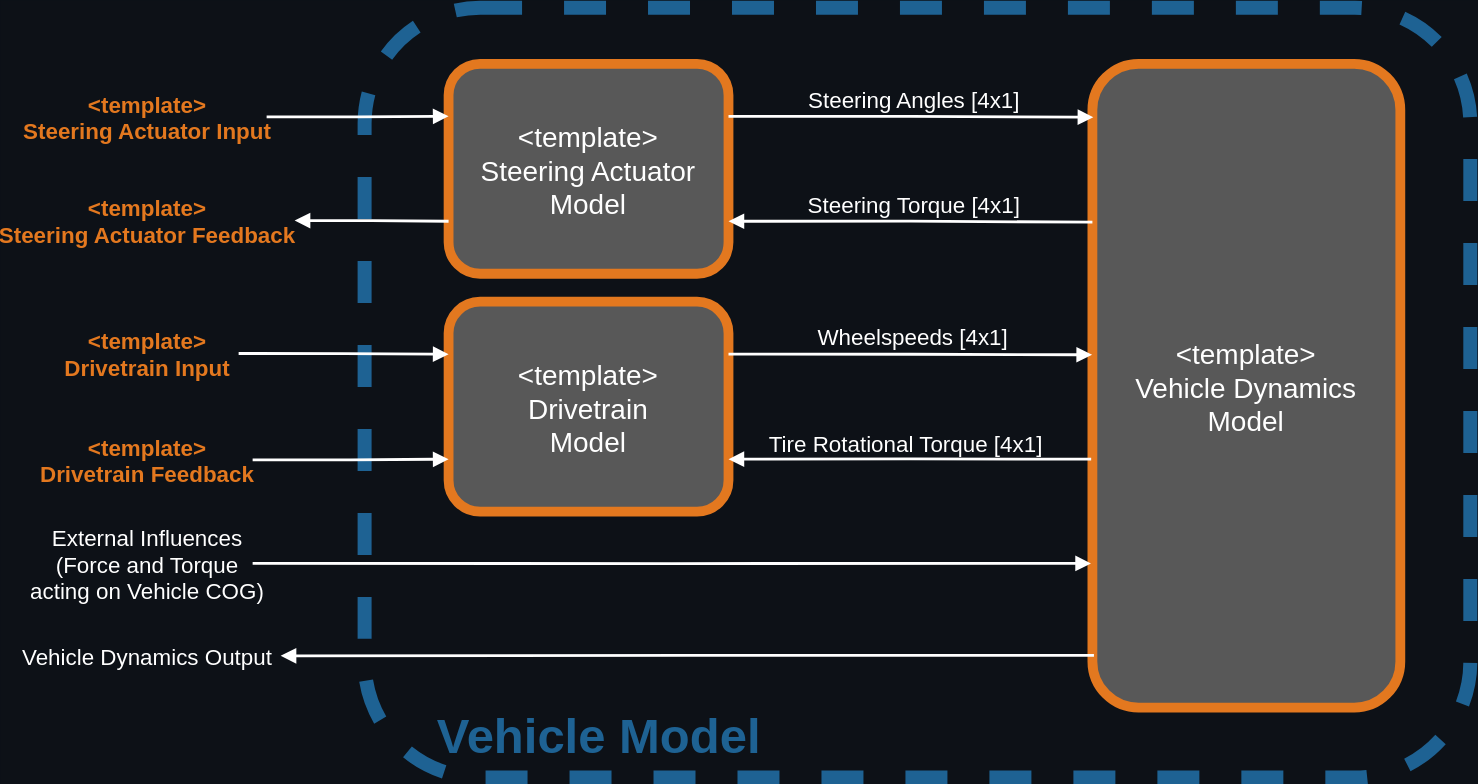
This is doc/Model_Composition.drawio.svg from simonsag96/ocd-internal-develop, a draw.io export, as it was before one commit. Source tidied: cells renumbered, new cells last; positions are measured from the earlier drawing's top-left corner, leaving out a move shared by most shapes.
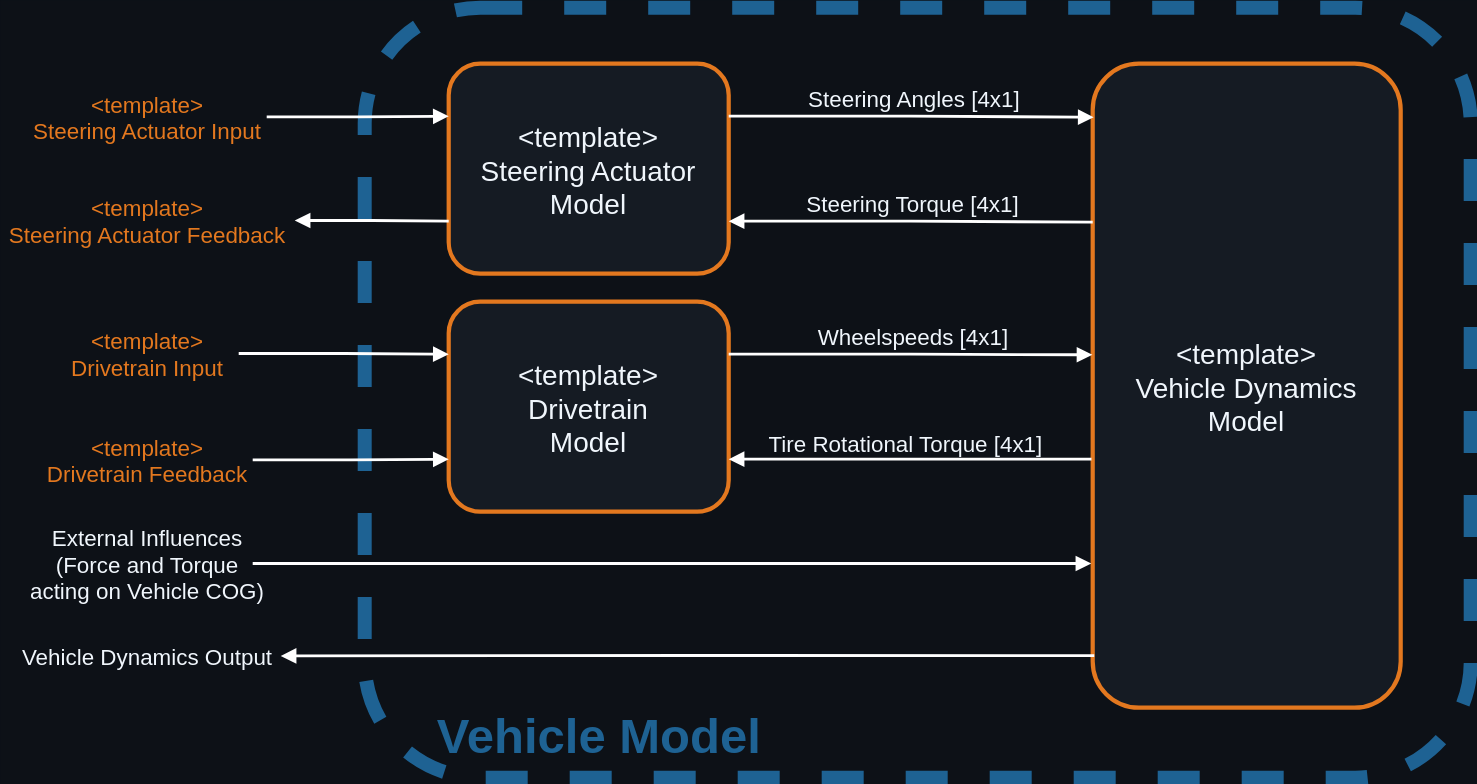
After the change.

Diff of the diagram source:
```diff
@@ -5,83 +5,83 @@
     <mxCell id="2" value="Vehicle Model" style="rounded=1;fontSize=35;fillColor=none;fontColor=#1E6293;verticalAlign=bottom;strokeColor=#1E6293;dashed=1;strokeWidth=10;fontStyle=1;spacingBottom=12;spacingRight=0;align=left;spacingLeft=50;" parent="1" vertex="1">
       <mxGeometry x="260" width="790" height="550" as="geometry" />
     </mxCell>
-    <mxCell id="3" value="&lt;template&gt;&#10;Steering Actuator&#10;Model" style="rounded=1;fontSize=20;fillColor=#585858;fontColor=#FFFFFF;strokeColor=#E3781F;strokeWidth=7;align=center;verticalAlign=middle;fontFamily=Helvetica;fontStyle=0;" parent="1" vertex="1">
+    <mxCell id="3" value="&lt;template&gt;&#10;Steering Actuator&#10;Model" style="rounded=1;fontSize=20;fillColor=#151B23;fontColor=#F0F6FC;strokeColor=#E3781F;strokeWidth=3;align=center;verticalAlign=middle;fontFamily=Helvetica;fontStyle=0;" parent="1" vertex="1">
       <mxGeometry x="320" y="40" width="200" height="150" as="geometry" />
     </mxCell>
-    <mxCell id="4" value="&lt;template&gt;&#10;Drivetrain&#10;Model" style="rounded=1;fontSize=20;fillColor=#585858;fontColor=#FFFFFF;strokeColor=#E3781F;strokeWidth=7;align=center;verticalAlign=middle;fontFamily=Helvetica;fontStyle=0;" parent="1" vertex="1">
+    <mxCell id="4" value="&lt;template&gt;&#10;Drivetrain&#10;Model" style="rounded=1;fontSize=20;fillColor=#151B23;fontColor=#F0F6FC;strokeColor=#E3781F;strokeWidth=3;align=center;verticalAlign=middle;fontFamily=Helvetica;fontStyle=0;" parent="1" vertex="1">
       <mxGeometry x="320" y="210" width="200" height="150" as="geometry" />
     </mxCell>
-    <mxCell id="5" value="&lt;template&gt;&#10;Vehicle Dynamics&#10;Model" style="rounded=1;fontSize=20;fillColor=#585858;fontColor=#FFFFFF;strokeColor=#E3781F;strokeWidth=7;fontStyle=0;" parent="1" vertex="1">
+    <mxCell id="5" value="&lt;template&gt;&#10;Vehicle Dynamics&#10;Model" style="rounded=1;fontSize=20;fillColor=#151B23;fontColor=#F0F6FC;strokeColor=#E3781F;strokeWidth=3;fontStyle=0;" parent="1" vertex="1">
       <mxGeometry x="780" y="40" width="220" height="460" as="geometry" />
     </mxCell>
-    <mxCell id="6" style="edgeStyle=orthogonalEdgeStyle;rounded=0;jettySize=auto;exitX=1;exitY=0.25;exitDx=0;exitDy=0;entryX=0.003;entryY=0.083;entryDx=0;entryDy=0;entryPerimeter=0;strokeWidth=2;endArrow=block;endFill=1;strokeColor=#FFFFFF;" parent="1" edge="1" source="3" target="5">
+    <mxCell id="6" style="edgeStyle=orthogonalEdgeStyle;rounded=0;jettySize=auto;exitX=1;exitY=0.25;exitDx=0;exitDy=0;entryX=0.003;entryY=0.083;entryDx=0;entryDy=0;entryPerimeter=0;strokeWidth=2;endArrow=block;endFill=1;strokeColor=#FFFFFF;fontColor=#F0F6FC;" parent="1" edge="1" source="3" target="5">
       <mxGeometry relative="1" as="geometry" />
     </mxCell>
-    <mxCell id="7" value="Steering Angles [4x1] " style="edgeLabel;align=center;verticalAlign=middle;fontSize=16;labelBackgroundColor=none;fontColor=#FFFFFF;" parent="6" vertex="1">
+    <mxCell id="7" value="Steering Angles [4x1] " style="edgeLabel;align=center;verticalAlign=middle;fontSize=16;labelBackgroundColor=none;fontColor=#F0F6FC;" parent="6" vertex="1">
       <mxGeometry x="0.22" y="2" relative="1" as="geometry">
         <mxPoint x="-27" y="-12" as="offset" />
       </mxGeometry>
     </mxCell>
-    <mxCell id="8" style="edgeStyle=orthogonalEdgeStyle;rounded=0;jettySize=auto;exitX=1;exitY=0.25;exitDx=0;exitDy=0;strokeWidth=2;endArrow=block;endFill=1;entryX=-0.001;entryY=0.452;entryDx=0;entryDy=0;entryPerimeter=0;strokeColor=#FFFFFF;" parent="1" edge="1" source="4" target="5">
+    <mxCell id="8" style="edgeStyle=orthogonalEdgeStyle;rounded=0;jettySize=auto;exitX=1;exitY=0.25;exitDx=0;exitDy=0;strokeWidth=2;endArrow=block;endFill=1;entryX=-0.001;entryY=0.452;entryDx=0;entryDy=0;entryPerimeter=0;strokeColor=#FFFFFF;fontColor=#F0F6FC;" parent="1" edge="1" source="4" target="5">
       <mxGeometry relative="1" as="geometry" />
     </mxCell>
-    <mxCell id="9" value="Wheelspeeds [4x1]" style="edgeLabel;align=center;verticalAlign=middle;fontSize=16;labelBackgroundColor=none;fontColor=#FFFFFF;" parent="8" vertex="1">
+    <mxCell id="9" value="Wheelspeeds [4x1]" style="edgeLabel;align=center;verticalAlign=middle;fontSize=16;labelBackgroundColor=none;fontColor=#F0F6FC;" parent="8" vertex="1">
       <mxGeometry x="0.22" y="2" relative="1" as="geometry">
         <mxPoint x="-27" y="-12" as="offset" />
       </mxGeometry>
     </mxCell>
-    <mxCell id="10" style="edgeStyle=orthogonalEdgeStyle;rounded=0;jettySize=auto;exitX=-0.004;exitY=0.614;exitDx=0;exitDy=0;entryX=1;entryY=0.75;entryDx=0;entryDy=0;strokeWidth=2;endArrow=block;endFill=1;exitPerimeter=0;strokeColor=#FFFFFF;" parent="1" edge="1" source="5" target="4">
+    <mxCell id="10" style="edgeStyle=orthogonalEdgeStyle;rounded=0;jettySize=auto;exitX=-0.004;exitY=0.614;exitDx=0;exitDy=0;entryX=1;entryY=0.75;entryDx=0;entryDy=0;strokeWidth=2;endArrow=block;endFill=1;exitPerimeter=0;strokeColor=#FFFFFF;fontColor=#F0F6FC;" parent="1" edge="1" source="5" target="4">
       <mxGeometry relative="1" as="geometry" />
     </mxCell>
-    <mxCell id="11" value="Tire Rotational Torque [4x1]" style="edgeLabel;align=center;verticalAlign=middle;fontSize=16;labelBackgroundColor=none;fontColor=#FFFFFF;" parent="10" vertex="1">
+    <mxCell id="11" value="Tire Rotational Torque [4x1]" style="edgeLabel;align=center;verticalAlign=middle;fontSize=16;labelBackgroundColor=none;fontColor=#F0F6FC;" parent="10" vertex="1">
       <mxGeometry x="0.22" y="2" relative="1" as="geometry">
         <mxPoint x="26" y="-14" as="offset" />
       </mxGeometry>
     </mxCell>
-    <mxCell id="12" style="edgeStyle=orthogonalEdgeStyle;rounded=0;jettySize=auto;strokeWidth=2;endArrow=block;endFill=1;exitX=1;exitY=0.5;exitDx=0;exitDy=0;strokeColor=#FFFFFF;" parent="1" edge="1" source="23">
+    <mxCell id="12" style="edgeStyle=orthogonalEdgeStyle;rounded=0;jettySize=auto;strokeWidth=2;endArrow=block;endFill=1;exitX=1;exitY=0.5;exitDx=0;exitDy=0;strokeColor=#FFFFFF;fontColor=#F0F6FC;" parent="1" edge="1" source="23">
       <mxGeometry relative="1" as="geometry">
         <mxPoint x="779" y="397" as="targetPoint" />
       </mxGeometry>
     </mxCell>
-    <mxCell id="13" style="edgeStyle=orthogonalEdgeStyle;rounded=0;jettySize=auto;entryX=0;entryY=0.25;entryDx=0;entryDy=0;strokeWidth=2;endArrow=block;endFill=1;spacing=5;exitX=1;exitY=0.5;exitDx=0;exitDy=0;strokeColor=#FFFFFF;" parent="1" edge="1" source="17" target="3">
+    <mxCell id="13" style="edgeStyle=orthogonalEdgeStyle;rounded=0;jettySize=auto;entryX=0;entryY=0.25;entryDx=0;entryDy=0;strokeWidth=2;endArrow=block;endFill=1;spacing=5;exitX=1;exitY=0.5;exitDx=0;exitDy=0;strokeColor=#FFFFFF;fontColor=#F0F6FC;" parent="1" edge="1" source="17" target="3">
       <mxGeometry relative="1" as="geometry" />
     </mxCell>
-    <mxCell id="14" style="edgeStyle=orthogonalEdgeStyle;rounded=0;jettySize=auto;exitX=1;exitY=0.75;exitDx=0;exitDy=0;entryX=0;entryY=0.246;entryDx=0;entryDy=0;strokeWidth=2;endArrow=none;endFill=0;startArrow=block;startFill=1;entryPerimeter=0;strokeColor=#FFFFFF;" parent="1" edge="1" source="3" target="5">
+    <mxCell id="14" style="edgeStyle=orthogonalEdgeStyle;rounded=0;jettySize=auto;exitX=1;exitY=0.75;exitDx=0;exitDy=0;entryX=0;entryY=0.246;entryDx=0;entryDy=0;strokeWidth=2;endArrow=none;endFill=0;startArrow=block;startFill=1;entryPerimeter=0;strokeColor=#FFFFFF;fontColor=#F0F6FC;" parent="1" edge="1" source="3" target="5">
       <mxGeometry relative="1" as="geometry" />
     </mxCell>
-    <mxCell id="15" value="Steering Torque [4x1] " style="edgeLabel;align=center;verticalAlign=middle;fontSize=16;labelBackgroundColor=none;fontColor=#FFFFFF;" parent="14" vertex="1">
+    <mxCell id="15" value="Steering Torque [4x1] " style="edgeLabel;align=center;verticalAlign=middle;fontSize=16;labelBackgroundColor=none;fontColor=#F0F6FC;" parent="14" vertex="1">
       <mxGeometry x="0.22" y="2" relative="1" as="geometry">
         <mxPoint x="-27" y="-12" as="offset" />
       </mxGeometry>
     </mxCell>
-    <mxCell id="16" style="edgeStyle=orthogonalEdgeStyle;rounded=0;jettySize=auto;entryX=0;entryY=0.75;entryDx=0;entryDy=0;strokeWidth=2;endArrow=none;endFill=0;spacing=5;exitX=1;exitY=0.5;exitDx=0;exitDy=0;startArrow=block;startFill=1;strokeColor=#FFFFFF;" parent="1" edge="1" source="18" target="3">
+    <mxCell id="16" style="edgeStyle=orthogonalEdgeStyle;rounded=0;jettySize=auto;entryX=0;entryY=0.75;entryDx=0;entryDy=0;strokeWidth=2;endArrow=none;endFill=0;spacing=5;exitX=1;exitY=0.5;exitDx=0;exitDy=0;startArrow=block;startFill=1;strokeColor=#FFFFFF;fontColor=#F0F6FC;" parent="1" edge="1" source="18" target="3">
       <mxGeometry relative="1" as="geometry" />
     </mxCell>
-    <mxCell id="17" value="&lt;template&gt;&#10;Steering Actuator Input" style="text;align=center;verticalAlign=middle;rounded=0;fontSize=16;fillColor=none;labelBackgroundColor=none;fontColor=light-dark(#E3781F,#FFFFFF);fontStyle=1;" parent="1" vertex="1">
+    <mxCell id="17" value="&lt;template&gt;&#10;Steering Actuator Input" style="text;align=center;verticalAlign=middle;rounded=0;fontSize=16;fillColor=none;labelBackgroundColor=none;fontColor=#E3781F;fontStyle=0;" parent="1" vertex="1">
       <mxGeometry x="20" y="58" width="170" height="40" as="geometry" />
     </mxCell>
-    <mxCell id="18" value="&lt;template&gt;&#10;Steering Actuator Feedback" style="text;align=center;verticalAlign=middle;rounded=0;fontSize=16;fillColor=none;labelBackgroundColor=none;fontColor=light-dark(#E3781F,#FFFFFF);fontStyle=1;" parent="1" vertex="1">
+    <mxCell id="18" value="&lt;template&gt;&#10;Steering Actuator Feedback" style="text;align=center;verticalAlign=middle;rounded=0;fontSize=16;fillColor=none;labelBackgroundColor=none;fontColor=#E3781F;fontStyle=0;" parent="1" vertex="1">
       <mxGeometry y="132" width="210" height="40" as="geometry" />
     </mxCell>
-    <mxCell id="19" style="edgeStyle=orthogonalEdgeStyle;rounded=0;jettySize=auto;entryX=0;entryY=0.25;entryDx=0;entryDy=0;strokeWidth=2;endArrow=block;endFill=1;spacing=5;exitX=1;exitY=0.5;exitDx=0;exitDy=0;strokeColor=#FFFFFF;" parent="1" edge="1" source="20" target="4">
+    <mxCell id="19" style="edgeStyle=orthogonalEdgeStyle;rounded=0;jettySize=auto;entryX=0;entryY=0.25;entryDx=0;entryDy=0;strokeWidth=2;endArrow=block;endFill=1;spacing=5;exitX=1;exitY=0.5;exitDx=0;exitDy=0;strokeColor=#FFFFFF;fontColor=#F0F6FC;" parent="1" edge="1" source="20" target="4">
       <mxGeometry relative="1" as="geometry" />
     </mxCell>
-    <mxCell id="20" value="&lt;template&gt;&#10;Drivetrain Input" style="text;align=center;verticalAlign=middle;rounded=0;fontSize=16;fillColor=none;labelBackgroundColor=none;fontColor=light-dark(#E3781F,#FFFFFF);fontStyle=1;" parent="1" vertex="1">
+    <mxCell id="20" value="&lt;template&gt;&#10;Drivetrain Input" style="text;align=center;verticalAlign=middle;rounded=0;fontSize=16;fillColor=none;labelBackgroundColor=none;fontColor=#E3781F;fontStyle=0;" parent="1" vertex="1">
       <mxGeometry x="40" y="224" width="130" height="46" as="geometry" />
     </mxCell>
-    <mxCell id="21" value="&lt;template&gt;&#10;Drivetrain Feedback" style="text;align=center;verticalAlign=middle;rounded=0;fontSize=16;fillColor=none;labelBackgroundColor=none;fontColor=light-dark(#E3781F,#FFFFFF);fontStyle=1;" parent="1" vertex="1">
+    <mxCell id="21" value="&lt;template&gt;&#10;Drivetrain Feedback" style="text;align=center;verticalAlign=middle;rounded=0;fontSize=16;fillColor=none;labelBackgroundColor=none;fontColor=#E3781F;fontStyle=0;" parent="1" vertex="1">
       <mxGeometry x="30" y="296" width="150" height="54" as="geometry" />
     </mxCell>
-    <mxCell id="22" style="edgeStyle=orthogonalEdgeStyle;rounded=0;jettySize=auto;entryX=0;entryY=0.75;entryDx=0;entryDy=0;strokeWidth=2;endArrow=block;endFill=1;spacing=5;exitX=1;exitY=0.5;exitDx=0;exitDy=0;strokeColor=#FFFFFF;" parent="1" edge="1" source="21" target="4">
+    <mxCell id="22" style="edgeStyle=orthogonalEdgeStyle;rounded=0;jettySize=auto;entryX=0;entryY=0.75;entryDx=0;entryDy=0;strokeWidth=2;endArrow=block;endFill=1;spacing=5;exitX=1;exitY=0.5;exitDx=0;exitDy=0;strokeColor=#FFFFFF;fontColor=#F0F6FC;" parent="1" edge="1" source="21" target="4">
       <mxGeometry relative="1" as="geometry" />
     </mxCell>
-    <mxCell id="23" value="External Influences&#10;(Force and Torque &#10;acting on Vehicle COG)" style="text;align=center;verticalAlign=middle;rounded=0;fontSize=16;fillColor=none;labelBackgroundColor=none;fontColor=light-dark(#FFFFFF,#FFFFFF);" parent="1" vertex="1">
+    <mxCell id="23" value="External Influences&#10;(Force and Torque &#10;acting on Vehicle COG)" style="text;align=center;verticalAlign=middle;rounded=0;fontSize=16;fillColor=none;labelBackgroundColor=none;fontColor=#F0F6FC;" parent="1" vertex="1">
       <mxGeometry x="30" y="370" width="150" height="54" as="geometry" />
     </mxCell>
-    <mxCell id="24" style="edgeStyle=orthogonalEdgeStyle;rounded=0;jettySize=auto;strokeWidth=2;endArrow=block;endFill=1;exitX=0.005;exitY=0.919;exitDx=0;exitDy=0;exitPerimeter=0;entryX=1;entryY=0.5;entryDx=0;entryDy=0;strokeColor=#FFFFFF;" parent="1" edge="1" source="5" target="25">
+    <mxCell id="24" style="edgeStyle=orthogonalEdgeStyle;rounded=0;jettySize=auto;strokeWidth=2;endArrow=block;endFill=1;exitX=0.005;exitY=0.919;exitDx=0;exitDy=0;exitPerimeter=0;entryX=1;entryY=0.5;entryDx=0;entryDy=0;strokeColor=#FFFFFF;fontColor=#F0F6FC;" parent="1" edge="1" source="5" target="25">
       <mxGeometry relative="1" as="geometry" />
     </mxCell>
-    <mxCell id="25" value="Vehicle Dynamics Output" style="text;align=center;verticalAlign=middle;rounded=0;fontSize=16;fillColor=none;labelBackgroundColor=none;fontColor=light-dark(#FFFFFF,#FFFFFF);" parent="1" vertex="1">
+    <mxCell id="25" value="Vehicle Dynamics Output" style="text;align=center;verticalAlign=middle;rounded=0;fontSize=16;fillColor=none;labelBackgroundColor=none;fontColor=#F0F6FC;" parent="1" vertex="1">
       <mxGeometry x="10" y="436" width="190" height="54" as="geometry" />
     </mxCell>
   </root>
```
